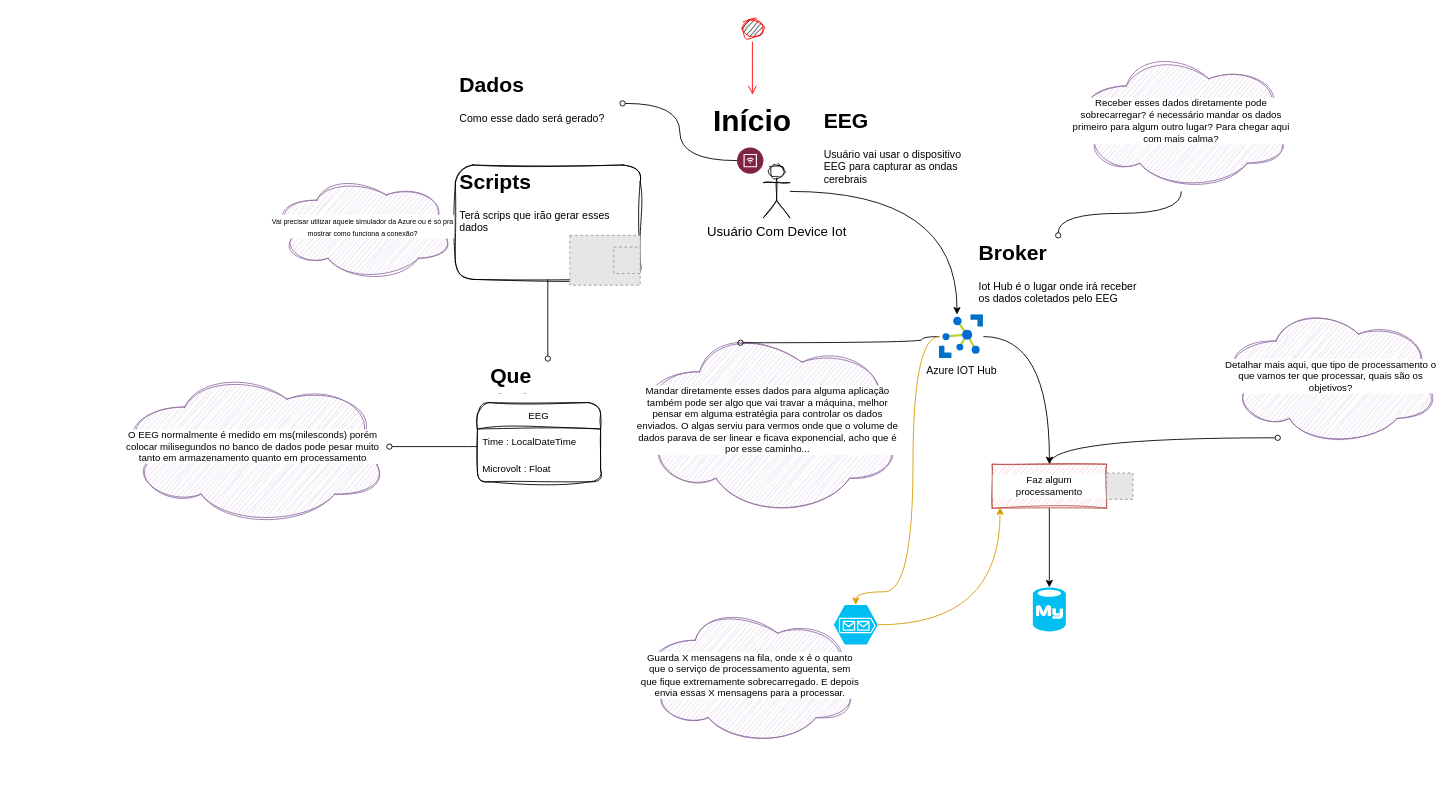
Before: eeg.drawio in South-s-Eagles/EEG-Sensor, a draw.io diagram. Source tidied: cells renumbered, new cells numbered last; positions are measured from the earlier drawing's top-left corner, leaving out a move shared by most shapes. Both pictures are drawn from the tidied source at 88%, with x=0, y=0 at pixel (116, 15). Pictures stored in the file or linked from it are replaced by grey dashed boxes.
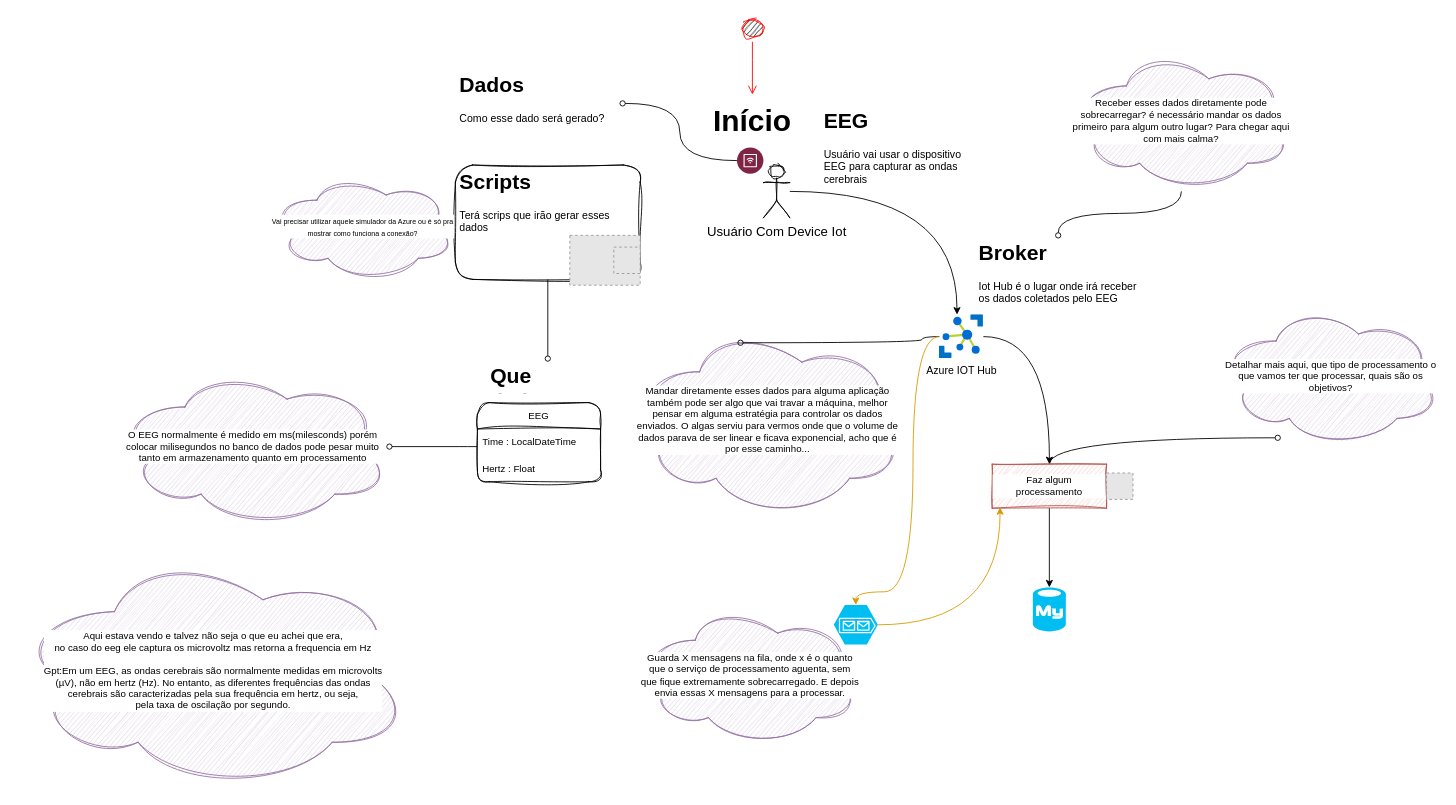
The same diagram, later.

The change refers to these unchanged cells:
```xml
<mxCell id="18" value="EEG" style="swimlane;fontStyle=0;horizontal=1;startSize=30;whiteSpace=wrap;html=1;rounded=1;sketch=1;hachureGap=4;jiggle=2;curveFitting=1;fontFamily=Helvetica;fontSize=11;fontColor=default;labelBackgroundColor=default;" parent="1" vertex="1">
  <mxGeometry x="410" y="440" width="140" height="90" as="geometry" />
</mxCell>
```

Diff of the diagram source:
```diff
@@
-    <mxCell id="20" value="Microvolt : Float" style="text;strokeColor=none;fillColor=none;align=left;verticalAlign=middle;spacingLeft=4;spacingRight=4;overflow=hidden;whiteSpace=wrap;html=1;fontFamily=Helvetica;fontSize=11;fontColor=default;labelBackgroundColor=default;" parent="18" vertex="1">
+    <mxCell id="20" value="Hertz : Float" style="text;strokeColor=none;fillColor=none;align=left;verticalAlign=middle;spacingLeft=4;spacingRight=4;overflow=hidden;whiteSpace=wrap;html=1;fontFamily=Helvetica;fontSize=11;fontColor=default;labelBackgroundColor=default;" parent="18" vertex="1">
       <mxGeometry y="60" width="140" height="30" as="geometry" />
     </mxCell>
@@
+    <mxCell id="40" value="&lt;div&gt;&lt;font face=&quot;Kalam&quot;&gt;Aqui estava vendo e talvez não seja o que eu achei que era, &lt;br&gt;&lt;/font&gt;&lt;/div&gt;&lt;div&gt;&lt;font face=&quot;Kalam&quot;&gt;no caso do eeg ele captura os microvoltz mas retorna a frequencia em Hz&lt;/font&gt;&lt;/div&gt;&lt;div&gt;&lt;font face=&quot;Kalam&quot;&gt;&lt;br&gt;&lt;/font&gt;&lt;/div&gt;&lt;div&gt;&lt;font face=&quot;Kalam&quot;&gt;Gpt:&lt;/font&gt;Em um EEG, as ondas cerebrais são normalmente medidas em microvolts &lt;br/&gt;(µV), não em hertz (Hz). No entanto, as diferentes frequências das ondas&lt;br/&gt; cerebrais são caracterizadas pela sua frequência em hertz, ou seja, &lt;br/&gt;pela taxa de oscilação por segundo.&lt;/div&gt;" style="ellipse;shape=cloud;whiteSpace=wrap;html=1;fontFamily=Helvetica;fontSize=11;labelBackgroundColor=default;fillColor=#e1d5e7;strokeColor=#9673a6;sketch=1;curveFitting=1;jiggle=2;rounded=1;" parent="1" vertex="1">
+      <mxGeometry x="-115" y="610" width="450" height="270" as="geometry" />
+    </mxCell>
```
